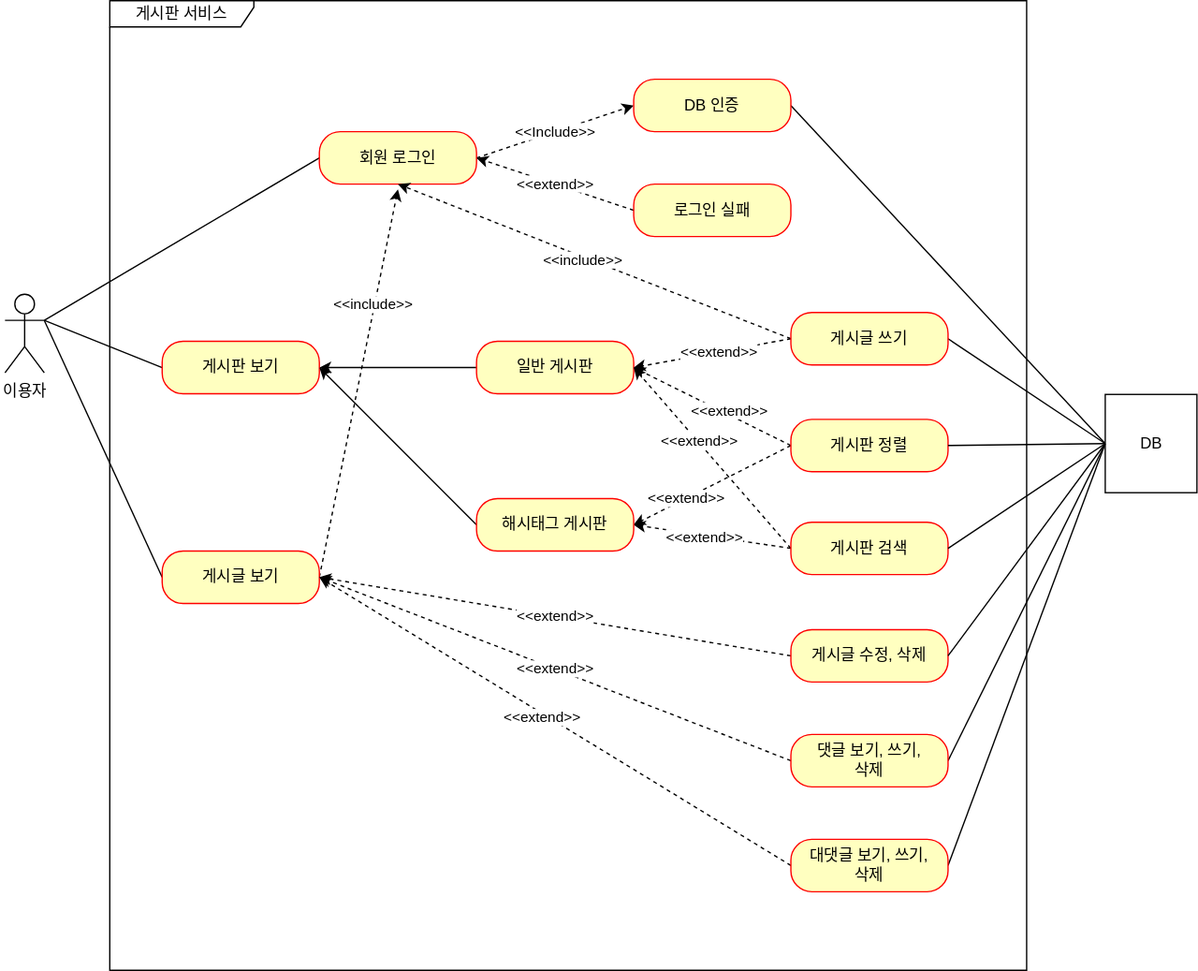
The draw.io diagram document/use-case.svg in devcys22/fastcampus-board, before a commit. Source tidied: cells renumbered, new cells last; positions are measured from the earlier drawing's top-left corner, leaving out a move shared by most shapes.
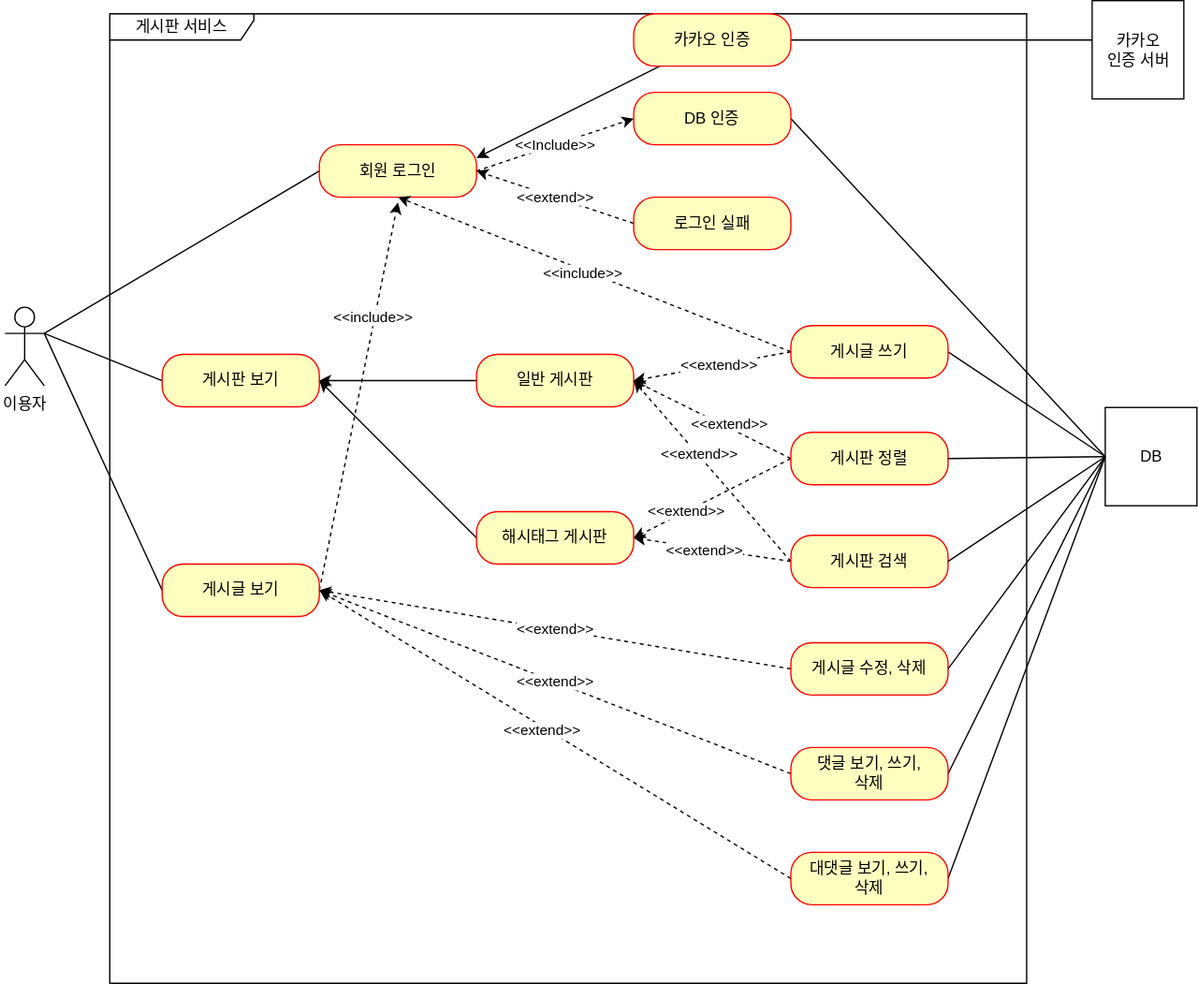
Above is the later version.

Commit message:
#44 카카오  인증 서버 추가

What changed in the source:
```diff
@@ -162,5 +162,19 @@
     <mxCell id="51" value="대댓글 보기, 쓰기,&lt;br&gt;삭제" style="rounded=1;whiteSpace=wrap;html=1;arcSize=40;fontColor=#000000;fillColor=#ffffc0;strokeColor=#ff0000;" parent="1" vertex="1">
       <mxGeometry x="600" y="640" width="120" height="40" as="geometry" />
     </mxCell>
+    <mxCell id="52" style="edgeStyle=orthogonalEdgeStyle;rounded=0;jettySize=auto;html=1;startArrow=none;startFill=0;endArrow=none;endFill=0;" parent="1" edge="1" source="54">
+      <mxGeometry relative="1" as="geometry">
+        <mxPoint x="830" y="20" as="targetPoint" />
+      </mxGeometry>
+    </mxCell>
+    <mxCell id="53" style="rounded=0;jettySize=auto;html=1;entryX=1;entryY=0.25;entryDx=0;entryDy=0;" parent="1" edge="1" source="54" target="14">
+      <mxGeometry relative="1" as="geometry" />
+    </mxCell>
+    <mxCell id="54" value="카카오 인증" style="rounded=1;whiteSpace=wrap;html=1;arcSize=40;fontColor=#000000;fillColor=#ffffc0;strokeColor=#ff0000;" parent="1" vertex="1">
+      <mxGeometry x="480" width="120" height="40" as="geometry" />
+    </mxCell>
+    <mxCell id="55" value="카카오&lt;br&gt;인증 서버" style="html=1;" parent="1" vertex="1">
+      <mxGeometry x="830" y="-10" width="70" height="75" as="geometry" />
+    </mxCell>
   </root>
 </mxGraphModel>
```
